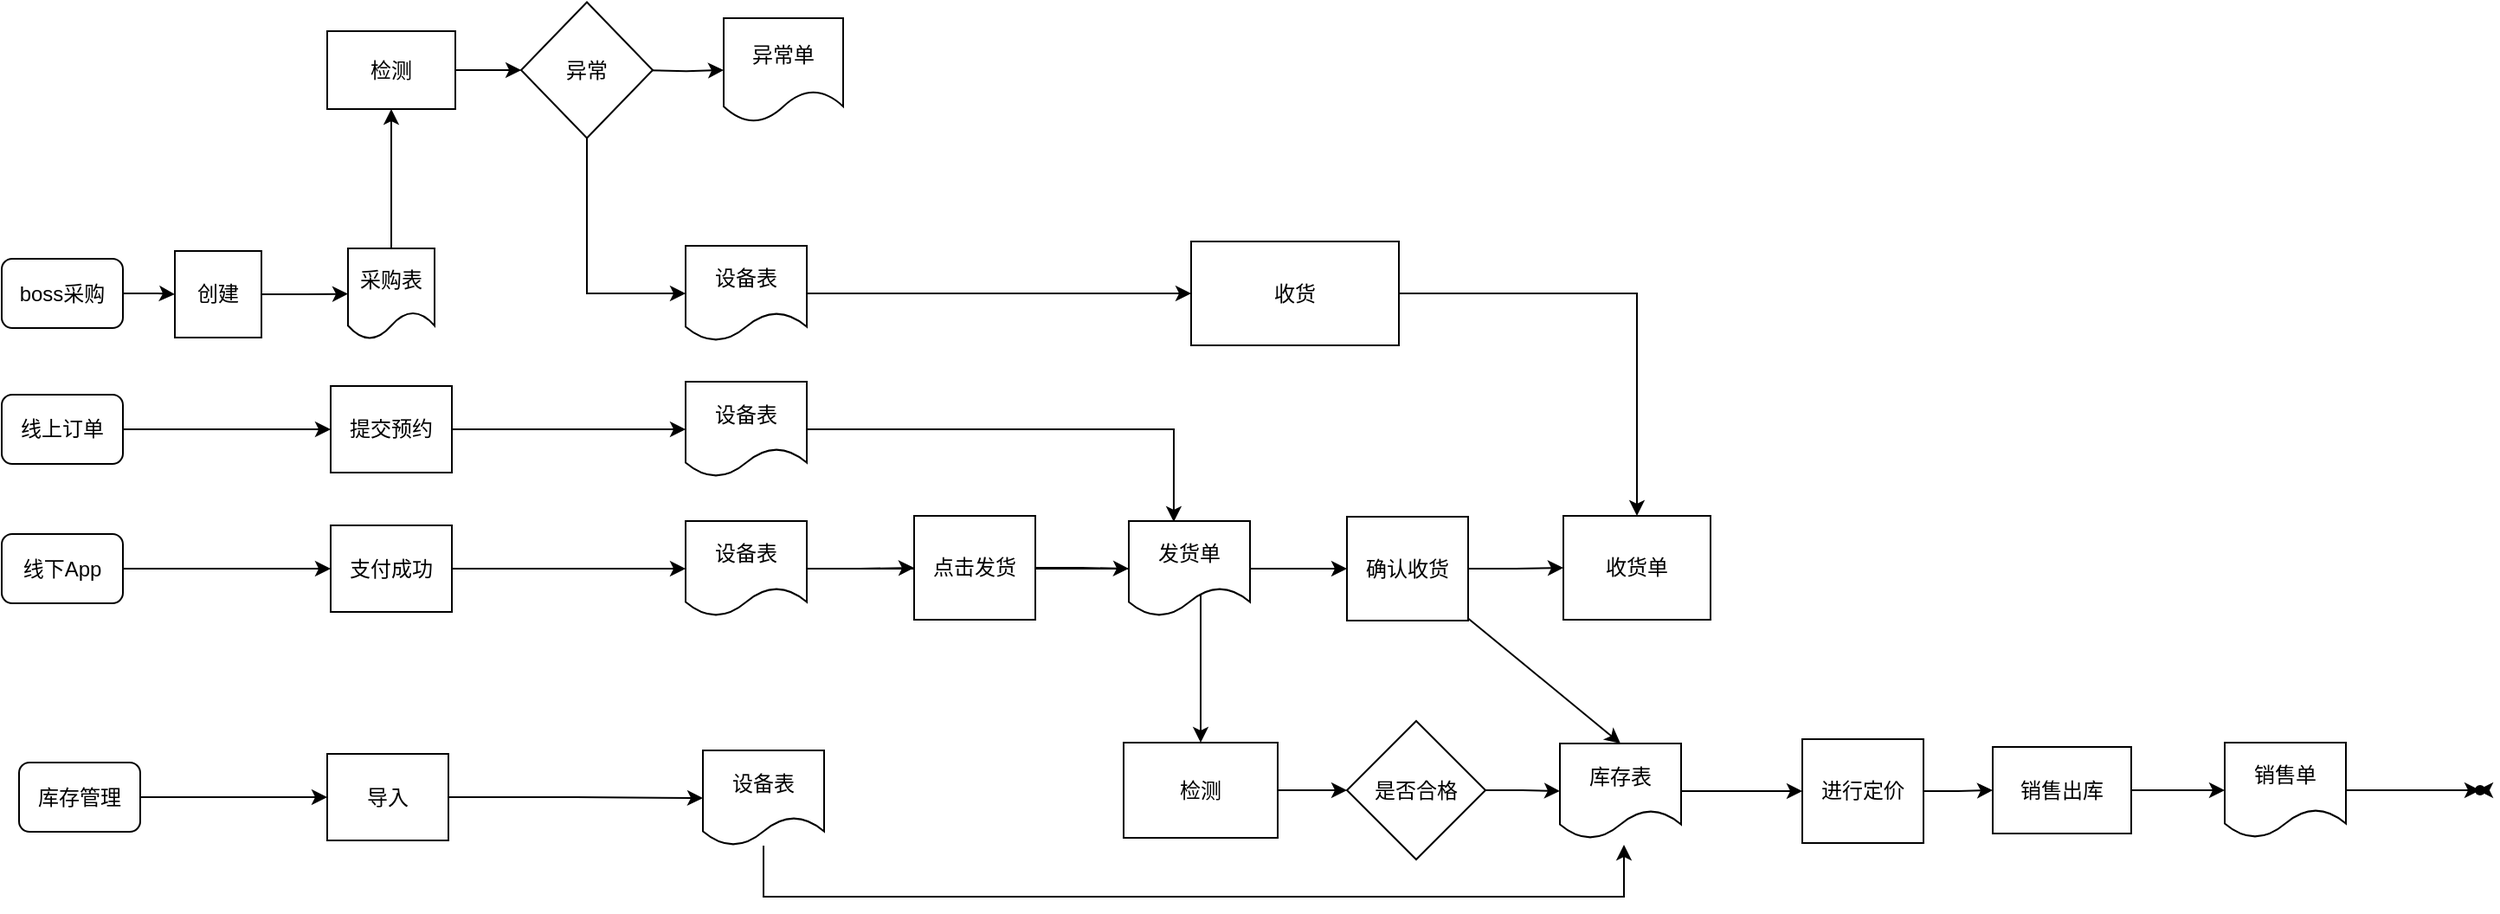
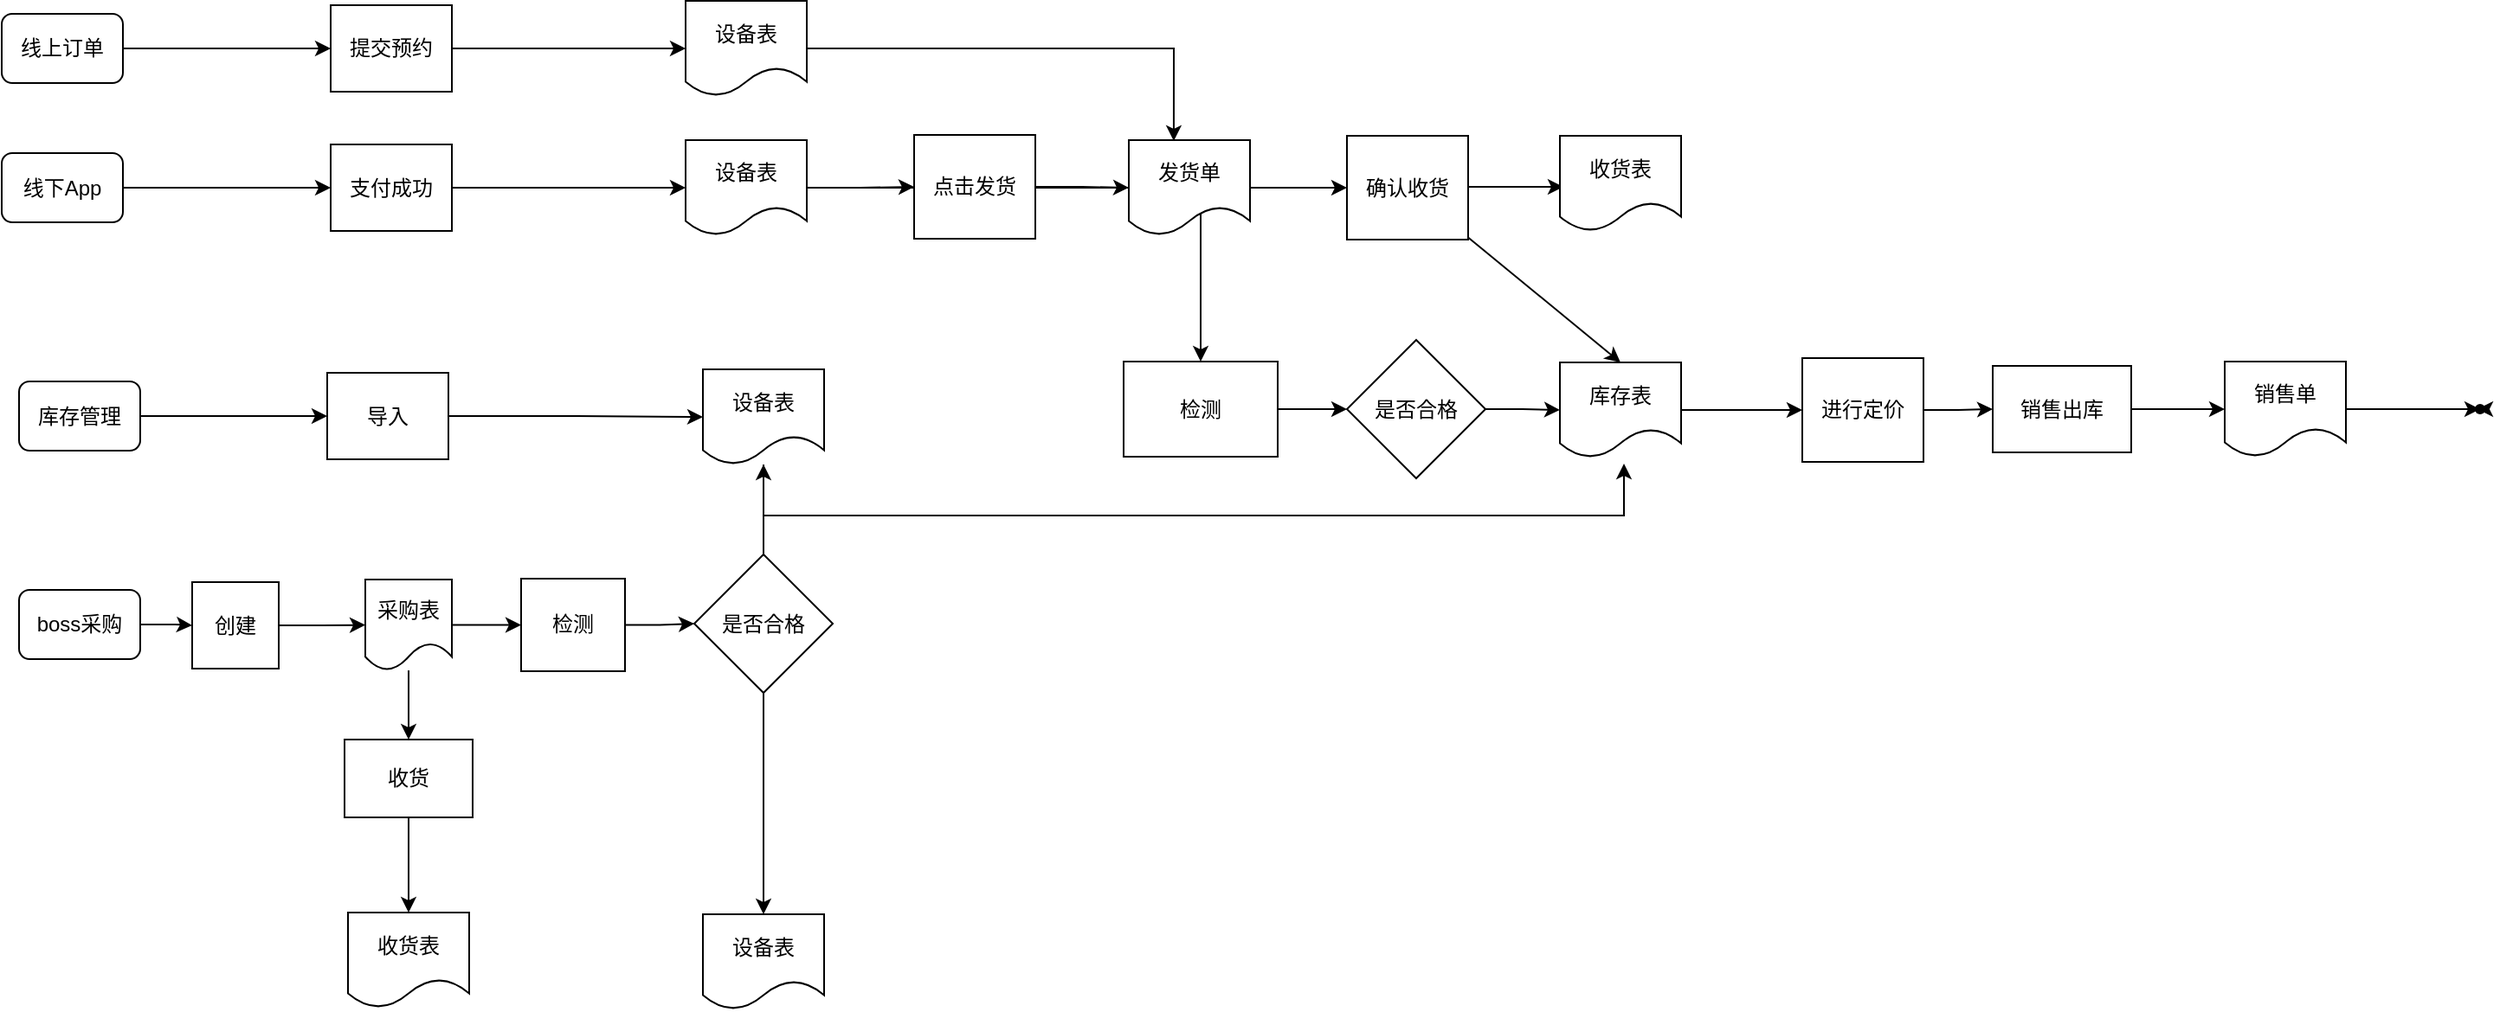
<mxfile host="app.diagrams.net">
  <diagram name="第 1 页" id="s3CgnVwbfZmktE_ADOAM">
-     <mxGraphModel dx="1414" dy="1899" grid="1" gridSize="10" guides="1" tooltips="1" connect="1" arrows="1" fold="1" page="1" pageScale="1" pageWidth="827" pageHeight="1169" math="0" shadow="0">
+     <mxGraphModel dx="1414" dy="730" grid="1" gridSize="10" guides="1" tooltips="1" connect="1" arrows="1" fold="1" page="1" pageScale="1" pageWidth="827" pageHeight="1169" math="0" shadow="0">
      <root>
        <mxCell id="0" />
        <mxCell id="1" parent="0" />
        <mxCell id="9bAV4iDaCewVaVFpZhyE-6" edge="1" parent="1" source="9bAV4iDaCewVaVFpZhyE-1" style="edgeStyle=orthogonalEdgeStyle;rounded=0;orthogonalLoop=1;jettySize=auto;html=1;entryX=0;entryY=0.5;entryDx=0;entryDy=0;" target="9bAV4iDaCewVaVFpZhyE-5">
          <mxGeometry relative="1" as="geometry" />
        </mxCell>
        <mxCell id="9bAV4iDaCewVaVFpZhyE-1" parent="1" style="rounded=1;whiteSpace=wrap;html=1;" value="线上订单" vertex="1">
          <mxGeometry height="40" width="70" x="100" y="200" as="geometry" />
        </mxCell>
        <mxCell id="9bAV4iDaCewVaVFpZhyE-8" edge="1" parent="1" source="9bAV4iDaCewVaVFpZhyE-2" style="edgeStyle=orthogonalEdgeStyle;rounded=0;orthogonalLoop=1;jettySize=auto;html=1;entryX=0;entryY=0.5;entryDx=0;entryDy=0;" target="9bAV4iDaCewVaVFpZhyE-7">
          <mxGeometry relative="1" as="geometry" />
        </mxCell>
        <mxCell id="9bAV4iDaCewVaVFpZhyE-2" parent="1" style="rounded=1;whiteSpace=wrap;html=1;" value="线下App" vertex="1">
          <mxGeometry height="40" width="70" x="100" y="280.5" as="geometry" />
        </mxCell>
        <mxCell id="9bAV4iDaCewVaVFpZhyE-18" edge="1" parent="1" source="9bAV4iDaCewVaVFpZhyE-4" style="edgeStyle=orthogonalEdgeStyle;rounded=0;orthogonalLoop=1;jettySize=auto;html=1;entryX=0;entryY=0.5;entryDx=0;entryDy=0;" target="9bAV4iDaCewVaVFpZhyE-17">
          <mxGeometry relative="1" as="geometry" />
        </mxCell>
        <mxCell id="9bAV4iDaCewVaVFpZhyE-4" parent="1" style="rounded=1;whiteSpace=wrap;html=1;" value="boss采购" vertex="1">
-           <mxGeometry height="40" width="70" x="100" y="121.5" as="geometry" />
+           <mxGeometry height="40" width="70" x="110" y="533" as="geometry" />
        </mxCell>
        <mxCell id="9bAV4iDaCewVaVFpZhyE-13" edge="1" parent="1" source="9bAV4iDaCewVaVFpZhyE-5" style="edgeStyle=orthogonalEdgeStyle;rounded=0;orthogonalLoop=1;jettySize=auto;html=1;entryX=0;entryY=0.5;entryDx=0;entryDy=0;" target="9bAV4iDaCewVaVFpZhyE-10">
          <mxGeometry relative="1" as="geometry" />
        </mxCell>
        <mxCell id="9bAV4iDaCewVaVFpZhyE-5" parent="1" style="rounded=0;whiteSpace=wrap;html=1;" value="提交预约" vertex="1">
          <mxGeometry height="50" width="70" x="290" y="195" as="geometry" />
        </mxCell>
        <mxCell id="9bAV4iDaCewVaVFpZhyE-14" edge="1" parent="1" source="9bAV4iDaCewVaVFpZhyE-7" style="edgeStyle=orthogonalEdgeStyle;rounded=0;orthogonalLoop=1;jettySize=auto;html=1;entryX=0;entryY=0.5;entryDx=0;entryDy=0;" target="9bAV4iDaCewVaVFpZhyE-11">
          <mxGeometry relative="1" as="geometry" />
        </mxCell>
        <mxCell id="9bAV4iDaCewVaVFpZhyE-7" parent="1" style="rounded=0;whiteSpace=wrap;html=1;" value="支付成功" vertex="1">
          <mxGeometry height="50" width="70" x="290" y="275.5" as="geometry" />
        </mxCell>
-         <mxCell id="GVKssT9AvyQaVMVPeHK4-71" edge="1" parent="1" source="9bAV4iDaCewVaVFpZhyE-9" style="edgeStyle=orthogonalEdgeStyle;rounded=0;orthogonalLoop=1;jettySize=auto;html=1;" target="GVKssT9AvyQaVMVPeHK4-56" value="">
-           <mxGeometry relative="1" as="geometry" />
-         </mxCell>
-         <mxCell id="9bAV4iDaCewVaVFpZhyE-9" parent="1" style="rounded=0;whiteSpace=wrap;html=1;" value="检测" vertex="1">
-           <mxGeometry height="45" width="74" x="288" y="-10" as="geometry" />
+         <mxCell id="GVKssT9AvyQaVMVPeHK4-81" edge="1" parent="1" source="9bAV4iDaCewVaVFpZhyE-9" style="edgeStyle=orthogonalEdgeStyle;rounded=0;orthogonalLoop=1;jettySize=auto;html=1;" target="GVKssT9AvyQaVMVPeHK4-80" value="">
+           <mxGeometry relative="1" as="geometry" />
+         </mxCell>
+         <mxCell id="9bAV4iDaCewVaVFpZhyE-9" parent="1" style="rounded=0;whiteSpace=wrap;html=1;" value="收货" vertex="1">
+           <mxGeometry height="45" width="74" x="298" y="619.5" as="geometry" />
        </mxCell>
        <mxCell id="9bAV4iDaCewVaVFpZhyE-10" parent="1" style="shape=document;whiteSpace=wrap;html=1;boundedLbl=1;" value="设备表" vertex="1">
          <mxGeometry height="55" width="70" x="495" y="192.5" as="geometry" />
        </mxCell>
        <mxCell id="GVKssT9AvyQaVMVPeHK4-16" edge="1" parent="1" source="9bAV4iDaCewVaVFpZhyE-11" style="edgeStyle=orthogonalEdgeStyle;rounded=0;orthogonalLoop=1;jettySize=auto;html=1;entryX=0.5;entryY=0;entryDx=0;entryDy=0;" target="GVKssT9AvyQaVMVPeHK4-11">
          <mxGeometry relative="1" as="geometry" />
        </mxCell>
        <mxCell id="GVKssT9AvyQaVMVPeHK4-46" edge="1" parent="1" source="9bAV4iDaCewVaVFpZhyE-11" style="edgeStyle=orthogonalEdgeStyle;rounded=0;orthogonalLoop=1;jettySize=auto;html=1;entryX=0;entryY=0.5;entryDx=0;entryDy=0;" target="GVKssT9AvyQaVMVPeHK4-45">
          <mxGeometry relative="1" as="geometry" />
        </mxCell>
        <mxCell id="9bAV4iDaCewVaVFpZhyE-11" parent="1" style="shape=document;whiteSpace=wrap;html=1;boundedLbl=1;" value="设备表" vertex="1">
          <mxGeometry height="55" width="70" x="495" y="273" as="geometry" />
        </mxCell>
-         <mxCell id="GVKssT9AvyQaVMVPeHK4-54" edge="1" parent="1" source="9bAV4iDaCewVaVFpZhyE-12" style="edgeStyle=orthogonalEdgeStyle;rounded=0;orthogonalLoop=1;jettySize=auto;html=1;" target="GVKssT9AvyQaVMVPeHK4-53" value="">
-           <mxGeometry relative="1" as="geometry" />
-         </mxCell>
-         <mxCell id="9bAV4iDaCewVaVFpZhyE-12" parent="1" style="shape=document;whiteSpace=wrap;html=1;boundedLbl=1;" value="设备表" vertex="1">
-           <mxGeometry height="55" width="70" x="495" y="114" as="geometry" />
-         </mxCell>
        <mxCell id="9bAV4iDaCewVaVFpZhyE-20" edge="1" parent="1" source="9bAV4iDaCewVaVFpZhyE-17" style="edgeStyle=orthogonalEdgeStyle;rounded=0;orthogonalLoop=1;jettySize=auto;html=1;entryX=0;entryY=0.5;entryDx=0;entryDy=0;" target="9bAV4iDaCewVaVFpZhyE-19">
          <mxGeometry relative="1" as="geometry" />
        </mxCell>
        <mxCell id="9bAV4iDaCewVaVFpZhyE-17" parent="1" style="rounded=0;whiteSpace=wrap;html=1;" value="创建" vertex="1">
-           <mxGeometry height="50" width="50" x="200" y="117" as="geometry" />
+           <mxGeometry height="50" width="50" x="210" y="528.5" as="geometry" />
        </mxCell>
        <mxCell id="GVKssT9AvyQaVMVPeHK4-70" edge="1" parent="1" source="9bAV4iDaCewVaVFpZhyE-19" style="edgeStyle=orthogonalEdgeStyle;rounded=0;orthogonalLoop=1;jettySize=auto;html=1;" target="9bAV4iDaCewVaVFpZhyE-9" value="">
          <mxGeometry relative="1" as="geometry" />
        </mxCell>
+         <mxCell id="GVKssT9AvyQaVMVPeHK4-86" edge="1" parent="1" source="9bAV4iDaCewVaVFpZhyE-19" style="edgeStyle=orthogonalEdgeStyle;rounded=0;orthogonalLoop=1;jettySize=auto;html=1;" target="GVKssT9AvyQaVMVPeHK4-85" value="">
+           <mxGeometry relative="1" as="geometry" />
+         </mxCell>
        <mxCell id="9bAV4iDaCewVaVFpZhyE-19" parent="1" style="shape=document;whiteSpace=wrap;html=1;boundedLbl=1;" value="采购表" vertex="1">
-           <mxGeometry height="52.5" width="50" x="300" y="115.5" as="geometry" />
+           <mxGeometry height="52.5" width="50" x="310" y="527" as="geometry" />
        </mxCell>
        <mxCell id="GVKssT9AvyQaVMVPeHK4-67" edge="1" parent="1" source="GVKssT9AvyQaVMVPeHK4-10" style="edgeStyle=orthogonalEdgeStyle;rounded=0;orthogonalLoop=1;jettySize=auto;html=1;" target="GVKssT9AvyQaVMVPeHK4-13" value="">
          <mxGeometry relative="1" as="geometry" />
        </mxCell>
        <mxCell id="GVKssT9AvyQaVMVPeHK4-10" parent="1" style="rhombus;whiteSpace=wrap;html=1;" value="是否合格" vertex="1">
          <mxGeometry height="80" width="80" x="877" y="388.5" as="geometry" />
        </mxCell>
        <mxCell id="GVKssT9AvyQaVMVPeHK4-74" edge="1" parent="1" source="GVKssT9AvyQaVMVPeHK4-11" style="edgeStyle=orthogonalEdgeStyle;rounded=0;orthogonalLoop=1;jettySize=auto;html=1;" target="GVKssT9AvyQaVMVPeHK4-10" value="">
          <mxGeometry relative="1" as="geometry" />
        </mxCell>
        <mxCell id="GVKssT9AvyQaVMVPeHK4-11" parent="1" style="rounded=0;whiteSpace=wrap;html=1;" value="&lt;span style=&quot;text-align: left;&quot;&gt;检测&lt;/span&gt;" vertex="1">
          <mxGeometry height="55" width="89" x="748" y="401" as="geometry" />
        </mxCell>
        <mxCell id="GVKssT9AvyQaVMVPeHK4-60" edge="1" parent="1" source="GVKssT9AvyQaVMVPeHK4-13" style="edgeStyle=orthogonalEdgeStyle;rounded=0;orthogonalLoop=1;jettySize=auto;html=1;" target="GVKssT9AvyQaVMVPeHK4-19" value="">
          <mxGeometry relative="1" as="geometry" />
        </mxCell>
        <mxCell id="GVKssT9AvyQaVMVPeHK4-13" parent="1" style="shape=document;whiteSpace=wrap;html=1;boundedLbl=1;" value="库存表" vertex="1">
          <mxGeometry height="55" width="70" x="1000" y="401.5" as="geometry" />
        </mxCell>
        <mxCell id="GVKssT9AvyQaVMVPeHK4-22" edge="1" parent="1" source="GVKssT9AvyQaVMVPeHK4-19" style="edgeStyle=orthogonalEdgeStyle;rounded=0;orthogonalLoop=1;jettySize=auto;html=1;" target="GVKssT9AvyQaVMVPeHK4-21" value="">
          <mxGeometry relative="1" as="geometry" />
        </mxCell>
        <mxCell id="GVKssT9AvyQaVMVPeHK4-19" parent="1" style="rounded=0;whiteSpace=wrap;html=1;" value="进行定价" vertex="1">
          <mxGeometry height="60" width="70" x="1140" y="399" as="geometry" />
        </mxCell>
        <mxCell id="GVKssT9AvyQaVMVPeHK4-25" edge="1" parent="1" source="GVKssT9AvyQaVMVPeHK4-21" style="edgeStyle=orthogonalEdgeStyle;rounded=0;orthogonalLoop=1;jettySize=auto;html=1;" target="GVKssT9AvyQaVMVPeHK4-24" value="">
          <mxGeometry relative="1" as="geometry" />
        </mxCell>
        <mxCell id="GVKssT9AvyQaVMVPeHK4-21" parent="1" style="whiteSpace=wrap;html=1;rounded=0;" value="销售出库" vertex="1">
          <mxGeometry height="50" width="80" x="1250" y="403.5" as="geometry" />
        </mxCell>
        <mxCell id="GVKssT9AvyQaVMVPeHK4-62" edge="1" parent="1" source="GVKssT9AvyQaVMVPeHK4-61" style="edgeStyle=orthogonalEdgeStyle;rounded=0;orthogonalLoop=1;jettySize=auto;html=1;" value="">
          <mxGeometry relative="1" as="geometry">
            <mxPoint x="1530" y="429" as="targetPoint" />
          </mxGeometry>
        </mxCell>
        <mxCell id="GVKssT9AvyQaVMVPeHK4-24" parent="1" style="shape=document;whiteSpace=wrap;html=1;boundedLbl=1;" value="销售单" vertex="1">
          <mxGeometry height="55" width="70" x="1384" y="401" as="geometry" />
        </mxCell>
        <mxCell id="GVKssT9AvyQaVMVPeHK4-50" edge="1" parent="1" source="GVKssT9AvyQaVMVPeHK4-26" style="edgeStyle=orthogonalEdgeStyle;rounded=0;orthogonalLoop=1;jettySize=auto;html=1;" target="GVKssT9AvyQaVMVPeHK4-49" value="">
          <mxGeometry relative="1" as="geometry" />
        </mxCell>
        <mxCell id="GVKssT9AvyQaVMVPeHK4-26" parent="1" style="shape=document;whiteSpace=wrap;html=1;boundedLbl=1;" value="发货单" vertex="1">
          <mxGeometry height="55" width="70" x="751" y="273" as="geometry" />
        </mxCell>
        <mxCell id="GVKssT9AvyQaVMVPeHK4-30" edge="1" parent="1" source="9bAV4iDaCewVaVFpZhyE-2" style="edgeStyle=orthogonalEdgeStyle;rounded=0;orthogonalLoop=1;jettySize=auto;html=1;exitX=0.5;exitY=1;exitDx=0;exitDy=0;" target="9bAV4iDaCewVaVFpZhyE-2">
          <mxGeometry relative="1" as="geometry" />
        </mxCell>
        <mxCell id="GVKssT9AvyQaVMVPeHK4-31" edge="1" parent="1" style="edgeStyle=orthogonalEdgeStyle;rounded=0;orthogonalLoop=1;jettySize=auto;html=1;exitX=0.5;exitY=1;exitDx=0;exitDy=0;">
          <mxGeometry relative="1" as="geometry">
            <mxPoint x="200" y="390" as="sourcePoint" />
            <mxPoint x="200" y="390" as="targetPoint" />
          </mxGeometry>
        </mxCell>
        <mxCell id="GVKssT9AvyQaVMVPeHK4-34" edge="1" parent="1" source="GVKssT9AvyQaVMVPeHK4-32" style="edgeStyle=orthogonalEdgeStyle;rounded=0;orthogonalLoop=1;jettySize=auto;html=1;entryX=0;entryY=0.5;entryDx=0;entryDy=0;" target="GVKssT9AvyQaVMVPeHK4-33">
          <mxGeometry relative="1" as="geometry" />
        </mxCell>
        <mxCell id="GVKssT9AvyQaVMVPeHK4-32" parent="1" style="rounded=1;whiteSpace=wrap;html=1;" value="库存管理" vertex="1">
          <mxGeometry height="40" width="70" x="110" y="412.5" as="geometry" />
        </mxCell>
        <mxCell id="GVKssT9AvyQaVMVPeHK4-33" parent="1" style="rounded=0;whiteSpace=wrap;html=1;" value="导入" vertex="1">
          <mxGeometry height="50" width="70" x="288" y="407.5" as="geometry" />
        </mxCell>
        <mxCell id="GVKssT9AvyQaVMVPeHK4-39" edge="1" parent="1" style="edgeStyle=orthogonalEdgeStyle;rounded=0;orthogonalLoop=1;jettySize=auto;html=1;exitX=0.5;exitY=1;exitDx=0;exitDy=0;">
          <mxGeometry relative="1" as="geometry">
            <mxPoint x="133" y="453.5" as="sourcePoint" />
            <mxPoint x="133" y="453.5" as="targetPoint" />
          </mxGeometry>
        </mxCell>
        <mxCell id="GVKssT9AvyQaVMVPeHK4-75" edge="1" parent="1" source="GVKssT9AvyQaVMVPeHK4-40" style="edgeStyle=orthogonalEdgeStyle;rounded=0;orthogonalLoop=1;jettySize=auto;html=1;">
          <mxGeometry relative="1" as="geometry">
            <Array as="points">
              <mxPoint x="540" y="490" />
              <mxPoint x="1037" y="490" />
            </Array>
            <mxPoint x="1037" y="460" as="targetPoint" />
          </mxGeometry>
        </mxCell>
        <mxCell id="GVKssT9AvyQaVMVPeHK4-40" parent="1" style="shape=document;whiteSpace=wrap;html=1;boundedLbl=1;" value="设备表" vertex="1">
          <mxGeometry height="55" width="70" x="505" y="405.5" as="geometry" />
        </mxCell>
        <mxCell id="GVKssT9AvyQaVMVPeHK4-41" edge="1" parent="1" source="GVKssT9AvyQaVMVPeHK4-33" style="edgeStyle=orthogonalEdgeStyle;rounded=0;orthogonalLoop=1;jettySize=auto;html=1;entryX=0;entryY=0.5;entryDx=0;entryDy=0;" target="GVKssT9AvyQaVMVPeHK4-40">
          <mxGeometry relative="1" as="geometry" />
        </mxCell>
        <mxCell id="GVKssT9AvyQaVMVPeHK4-47" edge="1" parent="1" source="GVKssT9AvyQaVMVPeHK4-45" style="edgeStyle=orthogonalEdgeStyle;rounded=0;orthogonalLoop=1;jettySize=auto;html=1;entryX=0;entryY=0.5;entryDx=0;entryDy=0;" target="GVKssT9AvyQaVMVPeHK4-26">
          <mxGeometry relative="1" as="geometry" />
        </mxCell>
        <mxCell id="GVKssT9AvyQaVMVPeHK4-45" parent="1" style="rounded=0;whiteSpace=wrap;html=1;" value="点击发货" vertex="1">
          <mxGeometry height="60" width="70" x="627" y="270" as="geometry" />
        </mxCell>
        <mxCell id="GVKssT9AvyQaVMVPeHK4-48" edge="1" parent="1" source="9bAV4iDaCewVaVFpZhyE-10" style="edgeStyle=orthogonalEdgeStyle;rounded=0;orthogonalLoop=1;jettySize=auto;html=1;entryX=0.371;entryY=0.009;entryDx=0;entryDy=0;entryPerimeter=0;" target="GVKssT9AvyQaVMVPeHK4-26">
          <mxGeometry relative="1" as="geometry" />
        </mxCell>
-         <mxCell id="GVKssT9AvyQaVMVPeHK4-52" edge="1" parent="1" source="GVKssT9AvyQaVMVPeHK4-49" style="edgeStyle=orthogonalEdgeStyle;rounded=0;orthogonalLoop=1;jettySize=auto;html=1;" target="GVKssT9AvyQaVMVPeHK4-51" value="">
-           <mxGeometry relative="1" as="geometry" />
+         <mxCell id="GVKssT9AvyQaVMVPeHK4-52" edge="1" parent="1" source="GVKssT9AvyQaVMVPeHK4-49" style="edgeStyle=orthogonalEdgeStyle;rounded=0;orthogonalLoop=1;jettySize=auto;html=1;" value="">
+           <mxGeometry relative="1" as="geometry">
+             <mxPoint x="1002" y="300" as="targetPoint" />
+           </mxGeometry>
        </mxCell>
        <mxCell id="GVKssT9AvyQaVMVPeHK4-76" edge="1" parent="1" source="GVKssT9AvyQaVMVPeHK4-49" style="rounded=0;orthogonalLoop=1;jettySize=auto;html=1;entryX=0.5;entryY=0;entryDx=0;entryDy=0;" target="GVKssT9AvyQaVMVPeHK4-13">
          <mxGeometry relative="1" as="geometry" />
        </mxCell>
        <mxCell id="GVKssT9AvyQaVMVPeHK4-49" parent="1" style="whiteSpace=wrap;html=1;" value="确认收货" vertex="1">
          <mxGeometry height="60" width="70" x="877" y="270.5" as="geometry" />
        </mxCell>
-         <mxCell id="GVKssT9AvyQaVMVPeHK4-51" parent="1" style="whiteSpace=wrap;html=1;" value="收货单" vertex="1">
-           <mxGeometry height="60" width="85" x="1002" y="270" as="geometry" />
-         </mxCell>
-         <mxCell id="GVKssT9AvyQaVMVPeHK4-55" edge="1" parent="1" source="GVKssT9AvyQaVMVPeHK4-53" style="edgeStyle=orthogonalEdgeStyle;rounded=0;orthogonalLoop=1;jettySize=auto;html=1;entryX=0.5;entryY=0;entryDx=0;entryDy=0;" target="GVKssT9AvyQaVMVPeHK4-51">
-           <mxGeometry relative="1" as="geometry" />
-         </mxCell>
-         <mxCell id="GVKssT9AvyQaVMVPeHK4-53" parent="1" style="whiteSpace=wrap;html=1;" value="收货" vertex="1">
-           <mxGeometry height="60" width="120" x="787" y="111.5" as="geometry" />
-         </mxCell>
-         <mxCell id="GVKssT9AvyQaVMVPeHK4-72" edge="1" parent="1" style="edgeStyle=orthogonalEdgeStyle;rounded=0;orthogonalLoop=1;jettySize=auto;html=1;" target="GVKssT9AvyQaVMVPeHK4-58" value="">
-           <mxGeometry relative="1" as="geometry">
-             <mxPoint x="472.9031847133758" y="12.599999999999909" as="sourcePoint" />
-           </mxGeometry>
-         </mxCell>
-         <mxCell id="GVKssT9AvyQaVMVPeHK4-77" edge="1" parent="1" source="GVKssT9AvyQaVMVPeHK4-56" style="edgeStyle=orthogonalEdgeStyle;rounded=0;orthogonalLoop=1;jettySize=auto;html=1;entryX=0;entryY=0.5;entryDx=0;entryDy=0;exitX=0.5;exitY=1;exitDx=0;exitDy=0;" target="9bAV4iDaCewVaVFpZhyE-12">
-           <mxGeometry relative="1" as="geometry" />
-         </mxCell>
-         <mxCell id="GVKssT9AvyQaVMVPeHK4-56" parent="1" style="rhombus;whiteSpace=wrap;html=1;rounded=0;" value="异常" vertex="1">
-           <mxGeometry height="78.5" width="76" x="400" y="-26.75" as="geometry" />
-         </mxCell>
-         <mxCell id="GVKssT9AvyQaVMVPeHK4-58" parent="1" style="shape=document;whiteSpace=wrap;html=1;boundedLbl=1;rounded=0;" value="异常单" vertex="1">
-           <mxGeometry height="60" width="69" x="517" y="-17.5" as="geometry" />
-         </mxCell>
        <mxCell id="GVKssT9AvyQaVMVPeHK4-65" edge="1" parent="1" source="GVKssT9AvyQaVMVPeHK4-24" style="edgeStyle=orthogonalEdgeStyle;rounded=0;orthogonalLoop=1;jettySize=auto;html=1;" target="GVKssT9AvyQaVMVPeHK4-61" value="">
          <mxGeometry relative="1" as="geometry">
            <mxPoint x="1454" y="429" as="sourcePoint" />
            <mxPoint x="1530" y="429" as="targetPoint" />
          </mxGeometry>
        </mxCell>
        <mxCell id="GVKssT9AvyQaVMVPeHK4-61" parent="1" style="shape=waypoint;sketch=0;size=6;pointerEvents=1;points=[];fillColor=default;resizable=0;rotatable=0;perimeter=centerPerimeter;snapToPoint=1;" value="" vertex="1">
          <mxGeometry height="20" width="20" x="1521.5" y="418.5" as="geometry" />
+         </mxCell>
+         <mxCell id="GVKssT9AvyQaVMVPeHK4-79" parent="1" style="shape=document;whiteSpace=wrap;html=1;boundedLbl=1;" value="收货表" vertex="1">
+           <mxGeometry height="55" width="70" x="1000" y="270.5" as="geometry" />
+         </mxCell>
+         <mxCell id="GVKssT9AvyQaVMVPeHK4-80" parent="1" style="shape=document;whiteSpace=wrap;html=1;boundedLbl=1;" value="收货表" vertex="1">
+           <mxGeometry height="55" width="70" x="300" y="719.5" as="geometry" />
+         </mxCell>
+         <mxCell id="GVKssT9AvyQaVMVPeHK4-88" edge="1" parent="1" source="GVKssT9AvyQaVMVPeHK4-85" style="edgeStyle=orthogonalEdgeStyle;rounded=0;orthogonalLoop=1;jettySize=auto;html=1;" target="GVKssT9AvyQaVMVPeHK4-87" value="">
+           <mxGeometry relative="1" as="geometry" />
+         </mxCell>
+         <mxCell id="GVKssT9AvyQaVMVPeHK4-85" parent="1" style="rounded=0;whiteSpace=wrap;html=1;" value="&lt;span style=&quot;text-align: left;&quot;&gt;检测&lt;/span&gt;" vertex="1">
+           <mxGeometry height="53.5" width="60" x="400" y="526.5" as="geometry" />
+         </mxCell>
+         <mxCell id="GVKssT9AvyQaVMVPeHK4-91" edge="1" parent="1" source="GVKssT9AvyQaVMVPeHK4-87" style="edgeStyle=orthogonalEdgeStyle;rounded=0;orthogonalLoop=1;jettySize=auto;html=1;" target="GVKssT9AvyQaVMVPeHK4-40" value="">
+           <mxGeometry relative="1" as="geometry" />
+         </mxCell>
+         <mxCell id="GVKssT9AvyQaVMVPeHK4-93" edge="1" parent="1" source="GVKssT9AvyQaVMVPeHK4-87" style="edgeStyle=orthogonalEdgeStyle;rounded=0;orthogonalLoop=1;jettySize=auto;html=1;entryX=0.5;entryY=0;entryDx=0;entryDy=0;" target="GVKssT9AvyQaVMVPeHK4-92">
+           <mxGeometry relative="1" as="geometry" />
+         </mxCell>
+         <mxCell id="GVKssT9AvyQaVMVPeHK4-87" parent="1" style="rhombus;whiteSpace=wrap;html=1;" value="是否合格" vertex="1">
+           <mxGeometry height="80" width="80" x="500" y="512.5" as="geometry" />
+         </mxCell>
+         <mxCell id="GVKssT9AvyQaVMVPeHK4-92" parent="1" style="shape=document;whiteSpace=wrap;html=1;boundedLbl=1;" value="设备表" vertex="1">
+           <mxGeometry height="55" width="70" x="505" y="720.5" as="geometry" />
        </mxCell>
      </root>
    </mxGraphModel>
  </diagram>
</mxfile>
